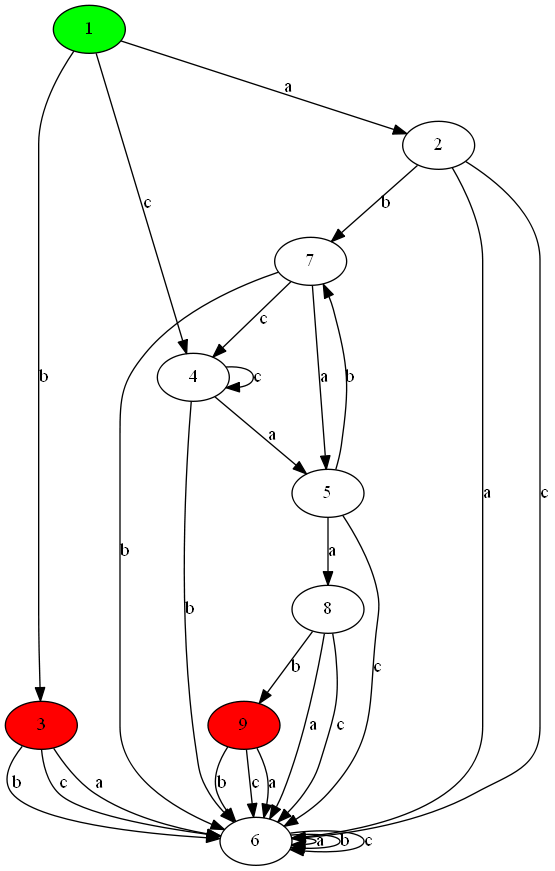
This is 00/Engine/gv/DFA.gv.png from ored95/Compiler, a Graphviz export, as it was before one commit. Its source is kept beside it as 00/Engine/gv/DFA.gv.
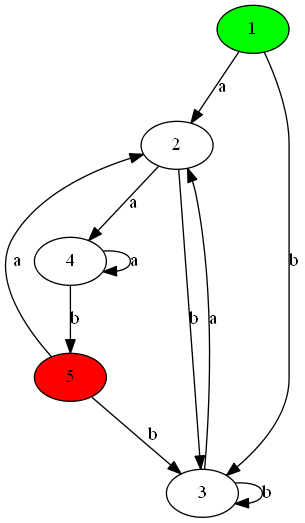
Above is the later version.

The edit, as a diff of the source:
```diff
@@ -1,32 +1,14 @@
 digraph {
 	1 [style=filled, fillcolor=green]
-	9 [style=filled, fillcolor=red]
-	3 [style=filled, fillcolor=red]
+	5 [style=filled, fillcolor=red]
 	1 -> 2 [label="a"]
-	2 -> 6 [label="a"]
-	3 -> 6 [label="a"]
-	4 -> 5 [label="a"]
-	5 -> 8 [label="a"]
-	6 -> 6 [label="a"]
-	7 -> 5 [label="a"]
-	8 -> 6 [label="a"]
-	9 -> 6 [label="a"]
+	2 -> 4 [label="a"]
+	3 -> 2 [label="a"]
+	4 -> 4 [label="a"]
+	5 -> 2 [label="a"]
 	1 -> 3 [label="b"]
-	2 -> 7 [label="b"]
-	3 -> 6 [label="b"]
-	4 -> 6 [label="b"]
-	5 -> 7 [label="b"]
-	6 -> 6 [label="b"]
-	7 -> 6 [label="b"]
-	8 -> 9 [label="b"]
-	9 -> 6 [label="b"]
-	1 -> 4 [label="c"]
-	2 -> 6 [label="c"]
-	3 -> 6 [label="c"]
-	4 -> 4 [label="c"]
-	5 -> 6 [label="c"]
-	6 -> 6 [label="c"]
-	7 -> 4 [label="c"]
-	8 -> 6 [label="c"]
-	9 -> 6 [label="c"]
+	2 -> 3 [label="b"]
+	3 -> 3 [label="b"]
+	4 -> 5 [label="b"]
+	5 -> 3 [label="b"]
 }
```
